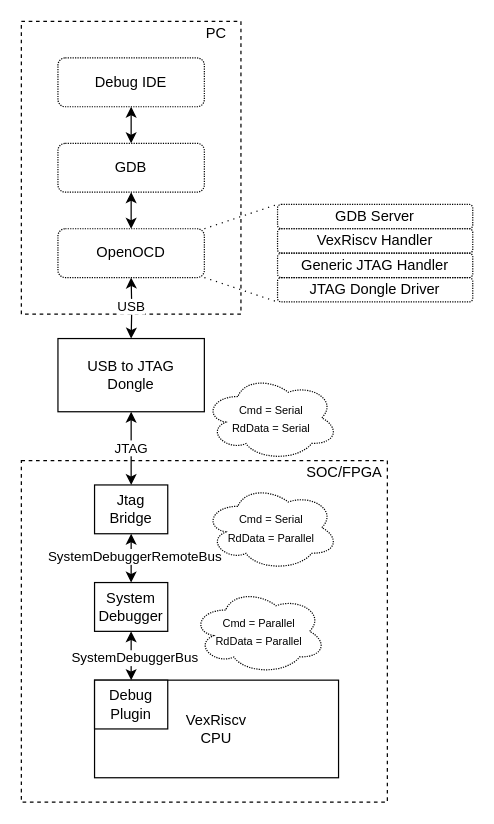
Earlier version of the draw.io diagram assets/vexriscv_ocd/vexriscv_ocd.drawio (tomverbeure/tomverbeure.github.io). Source tidied: cells renumbered, new cells numbered last; positions are measured from the earlier drawing's top-left corner, leaving out a move shared by most shapes. Both pictures are drawn from the tidied source at 122%, with x=0, y=0 at pixel (21, 21).
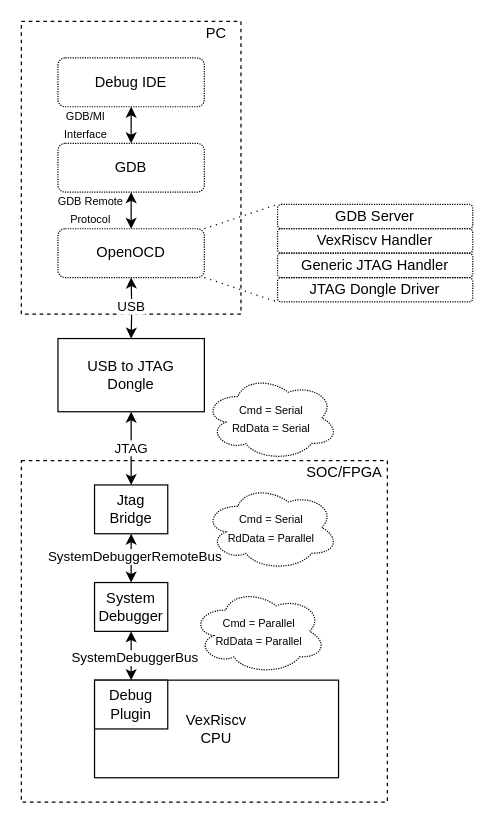
The same page after the edit.

Commit message (it also covers changes not shown here):
Add GDB protocol names.

The edit, as a diff of the source:
```diff
@@
+    <mxCell id="32" value="&lt;font style=&quot;font-size: 9px&quot;&gt;GDB Remote Protocol&lt;/font&gt;" style="text;html=1;strokeColor=none;fillColor=none;align=center;verticalAlign=middle;whiteSpace=wrap;rounded=0;dashed=1;dashPattern=1 1;" parent="1" vertex="1">
+      <mxGeometry x="12" y="144" width="90" height="20" as="geometry" />
+    </mxCell>
+    <mxCell id="33" value="&lt;font style=&quot;font-size: 9px&quot;&gt;GDB/MI&lt;br&gt;Interface&lt;br&gt;&lt;/font&gt;" style="text;html=1;strokeColor=none;fillColor=none;align=center;verticalAlign=middle;whiteSpace=wrap;rounded=0;dashed=1;dashPattern=1 1;" parent="1" vertex="1">
+      <mxGeometry x="8" y="74" width="90" height="20" as="geometry" />
+    </mxCell>
```
